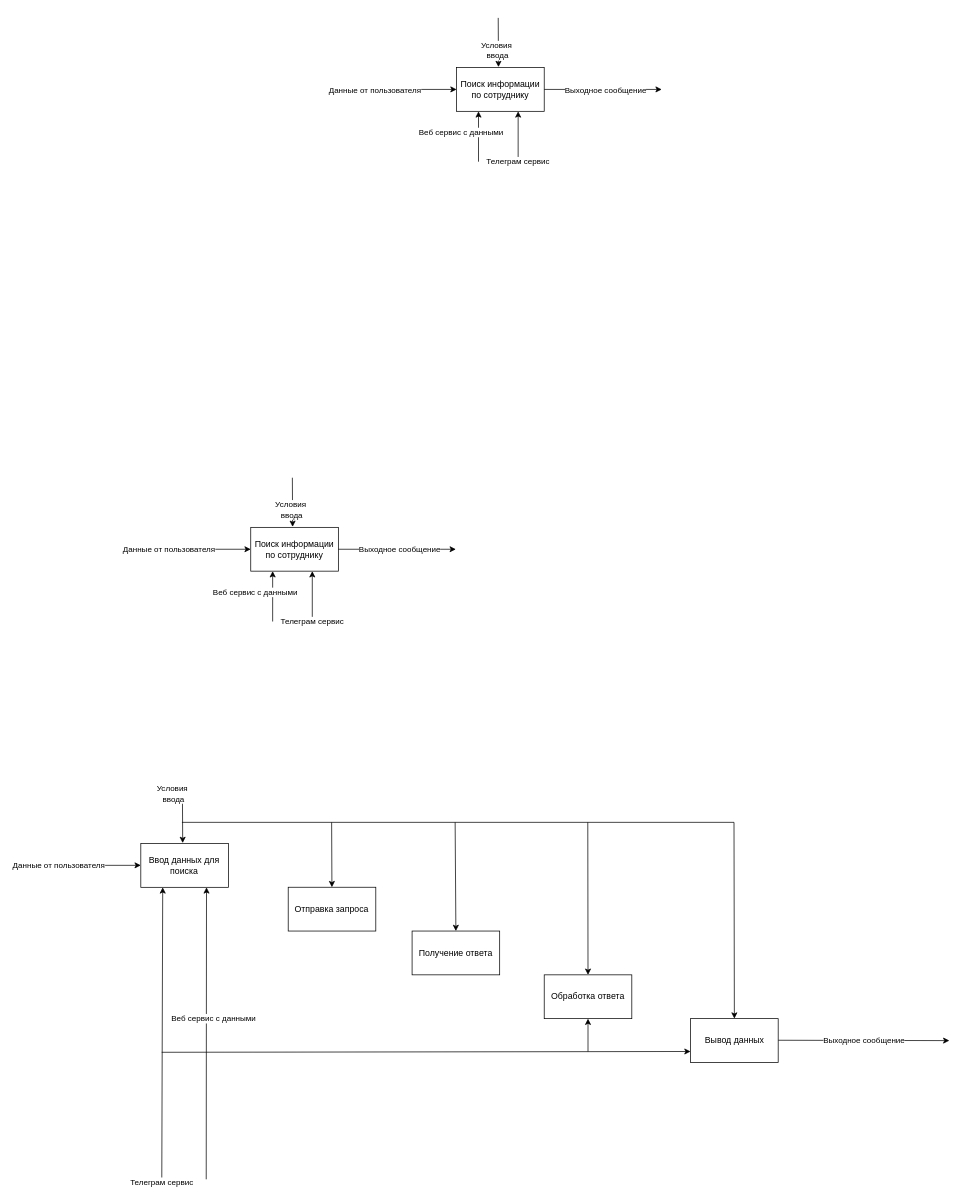
Before: Интерфейс/Untitled Diagram.drawio in VanGh0ul/CheckMessage, a draw.io diagram. Source tidied: cells renumbered, new cells numbered last; positions are measured from the earlier drawing's top-left corner, leaving out a move shared by most shapes. Both pictures are drawn from the tidied source at 73%, with x=0, y=0 at pixel (58, 18).
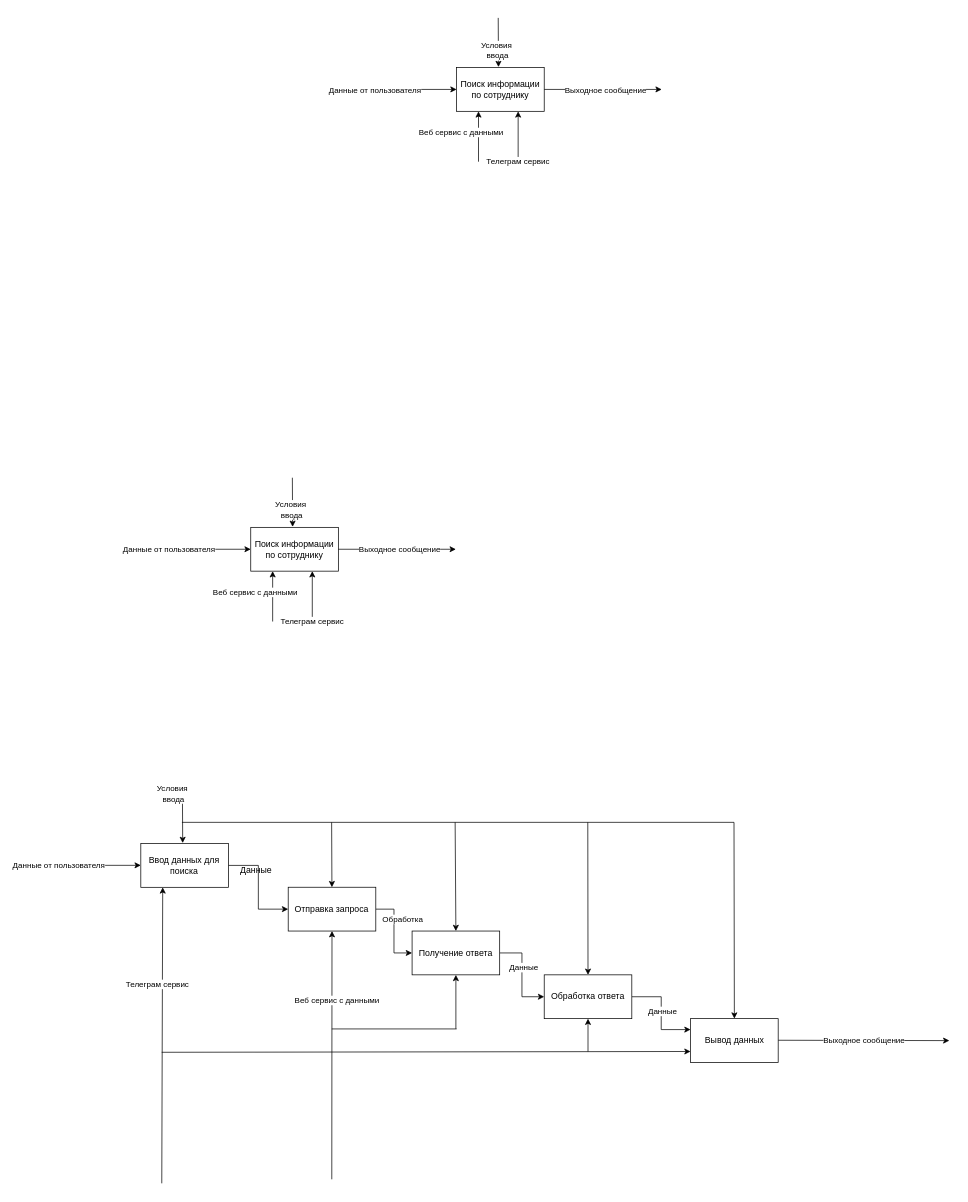
After the change.

Unchanged cells that the change refers to:
```xml
<mxCell id="20" value="Отправка запроса" style="rounded=0;whiteSpace=wrap;html=1;" parent="1" vertex="1">
  <mxGeometry x="315.3" y="1190.9" width="120" height="60" as="geometry" />
</mxCell>
<mxCell id="21" value="Ввод данных для поиска" style="rounded=0;whiteSpace=wrap;html=1;" parent="1" vertex="1">
  <mxGeometry x="113.4" y="1131" width="120" height="60" as="geometry" />
</mxCell>
<mxCell id="30" value="Получение ответа" style="rounded=0;whiteSpace=wrap;html=1;" parent="1" vertex="1">
  <mxGeometry x="485" y="1250.9" width="120" height="60" as="geometry" />
</mxCell>
<mxCell id="31" value="Обработка ответа" style="rounded=0;whiteSpace=wrap;html=1;" parent="1" vertex="1">
  <mxGeometry x="666" y="1310.9" width="120" height="60" as="geometry" />
</mxCell>
<mxCell id="32" value="Вывод данных" style="rounded=0;whiteSpace=wrap;html=1;" parent="1" vertex="1">
  <mxGeometry x="866.5" y="1370.9" width="120" height="60" as="geometry" />
</mxCell>
```

What changed in the source:
```diff
@@
+    <mxCell id="40" style="edgeStyle=orthogonalEdgeStyle;rounded=0;jettySize=auto;html=1;exitX=1;exitY=0.5;exitDx=0;exitDy=0;strokeWidth=1;" parent="1" edge="1" source="20" target="30">
+      <mxGeometry relative="1" as="geometry" />
+    </mxCell>
+    <mxCell id="41" value="Обработка&lt;br&gt;" style="edgeLabel;html=1;align=center;verticalAlign=middle;" parent="40" vertex="1">
+      <mxGeometry x="-0.18" y="1" relative="1" as="geometry">
+        <mxPoint x="10" y="-7" as="offset" />
+      </mxGeometry>
+    </mxCell>
@@
+    <mxCell id="42" style="edgeStyle=orthogonalEdgeStyle;rounded=0;jettySize=auto;html=1;exitX=1;exitY=0.5;exitDx=0;exitDy=0;entryX=0;entryY=0.5;entryDx=0;entryDy=0;strokeWidth=1;" parent="1" edge="1" source="21" target="20">
+      <mxGeometry relative="1" as="geometry" />
+    </mxCell>
@@
-    <mxCell id="28" value="Веб сервис с данными" style="endArrow=classic;html=1;rounded=0;entryX=0.75;entryY=1;entryDx=0;entryDy=0;" parent="1" edge="1" target="21">
-      <mxGeometry x="0.1" y="-10" relative="1" as="geometry">
-        <mxPoint x="203" y="1591" as="sourcePoint" />
+    <mxCell id="28" value="Веб сервис с данными" style="endArrow=classic;html=1;rounded=0;entryX=0.5;entryY=1;entryDx=0;entryDy=0;" parent="1" edge="1" target="20">
+      <mxGeometry x="0.44" y="-7" relative="1" as="geometry">
+        <mxPoint x="375" y="1591" as="sourcePoint" />
       </mxGeometry>
     </mxCell>
     <mxCell id="29" value="Телеграм сервис" style="endArrow=classic;html=1;rounded=0;entryX=0.25;entryY=1;entryDx=0;entryDy=0;" parent="1" edge="1" target="21">
-      <mxGeometry x="-0.99" relative="1" as="geometry">
+      <mxGeometry x="0.34" y="7" relative="1" as="geometry">
         <mxPoint x="142.1" y="1596.5" as="sourcePoint" />
       </mxGeometry>
     </mxCell>
+    <mxCell id="43" style="edgeStyle=orthogonalEdgeStyle;rounded=0;jettySize=auto;html=1;exitX=1;exitY=0.5;exitDx=0;exitDy=0;entryX=0;entryY=0.5;entryDx=0;entryDy=0;strokeWidth=1;" parent="1" edge="1" source="30" target="31">
+      <mxGeometry relative="1" as="geometry" />
+    </mxCell>
+    <mxCell id="44" value="Данные" style="edgeLabel;html=1;align=center;verticalAlign=middle;" parent="43" vertex="1">
+      <mxGeometry x="-0.17" y="2" relative="1" as="geometry" />
+    </mxCell>
@@
+    <mxCell id="45" style="edgeStyle=orthogonalEdgeStyle;rounded=0;jettySize=auto;html=1;exitX=1;exitY=0.5;exitDx=0;exitDy=0;entryX=0;entryY=0.25;entryDx=0;entryDy=0;strokeWidth=1;" parent="1" edge="1" source="31" target="32">
+      <mxGeometry relative="1" as="geometry" />
+    </mxCell>
+    <mxCell id="46" value="Данные" style="edgeLabel;html=1;align=center;verticalAlign=middle;" parent="45" vertex="1">
+      <mxGeometry x="-0.29" y="2" relative="1" as="geometry">
+        <mxPoint x="-1" y="15" as="offset" />
+      </mxGeometry>
+    </mxCell>
@@
+    <mxCell id="47" style="endArrow=classic;html=1;rounded=0;strokeWidth=1;entryX=0.5;entryY=1;entryDx=0;entryDy=0;" parent="1" edge="1" target="30">
+      <mxGeometry relative="1" as="geometry">
+        <mxPoint x="545" y="1385" as="sourcePoint" />
+      </mxGeometry>
+    </mxCell>
+    <mxCell id="48" style="endArrow=none;html=1;rounded=0;strokeWidth=1;" parent="1" edge="1">
+      <mxGeometry relative="1" as="geometry">
+        <mxPoint x="375" y="1385" as="sourcePoint" />
+        <mxPoint x="546" y="1385" as="targetPoint" />
+      </mxGeometry>
+    </mxCell>
+    <mxCell id="49" value="Данные" style="text;html=1;align=center;verticalAlign=middle;strokeColor=none;fillColor=none;" parent="1" vertex="1">
+      <mxGeometry x="243.8" y="1158.4" width="53.5" height="18.9" as="geometry" />
+    </mxCell>
```
